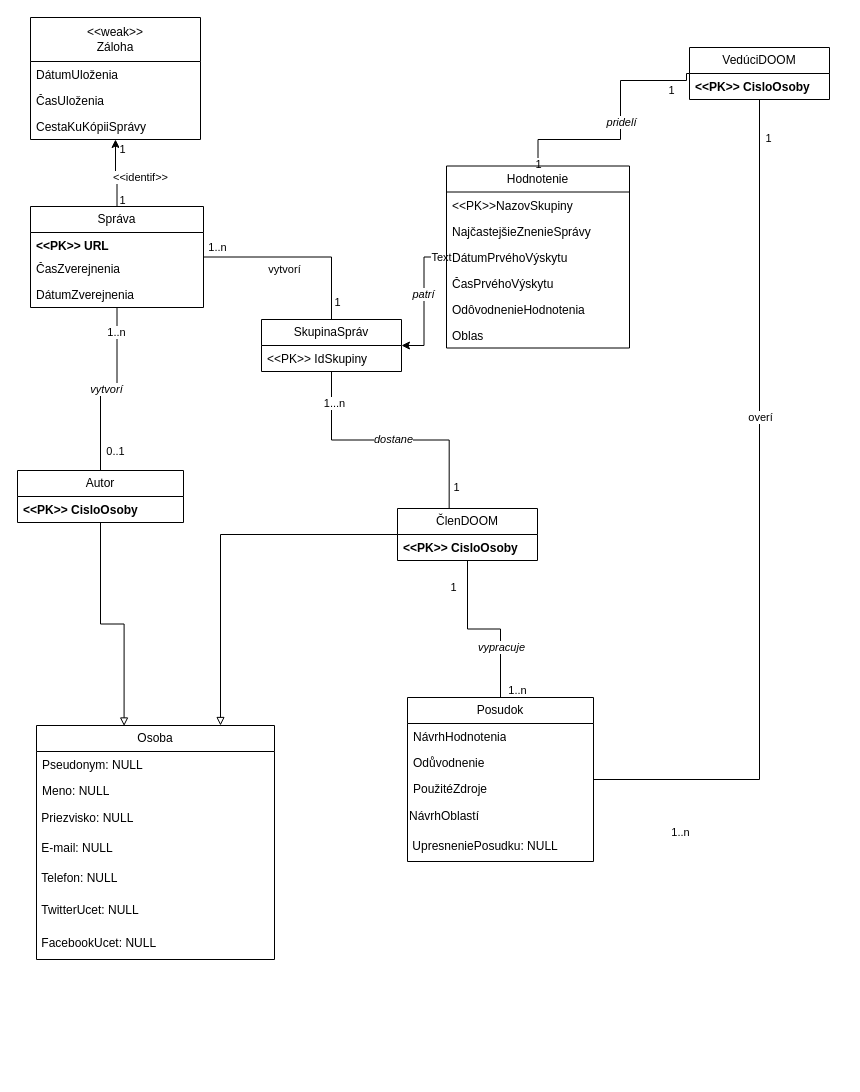
The draw.io diagram ius_project_1.drawio in stofife/IUS, before the edit. Source tidied: cells renumbered, new cells numbered last; positions are measured from the earlier drawing's top-left corner, leaving out a move shared by most shapes. Both pictures are drawn from the tidied source at 100%, with x=0, y=0 at pixel (17, 17).
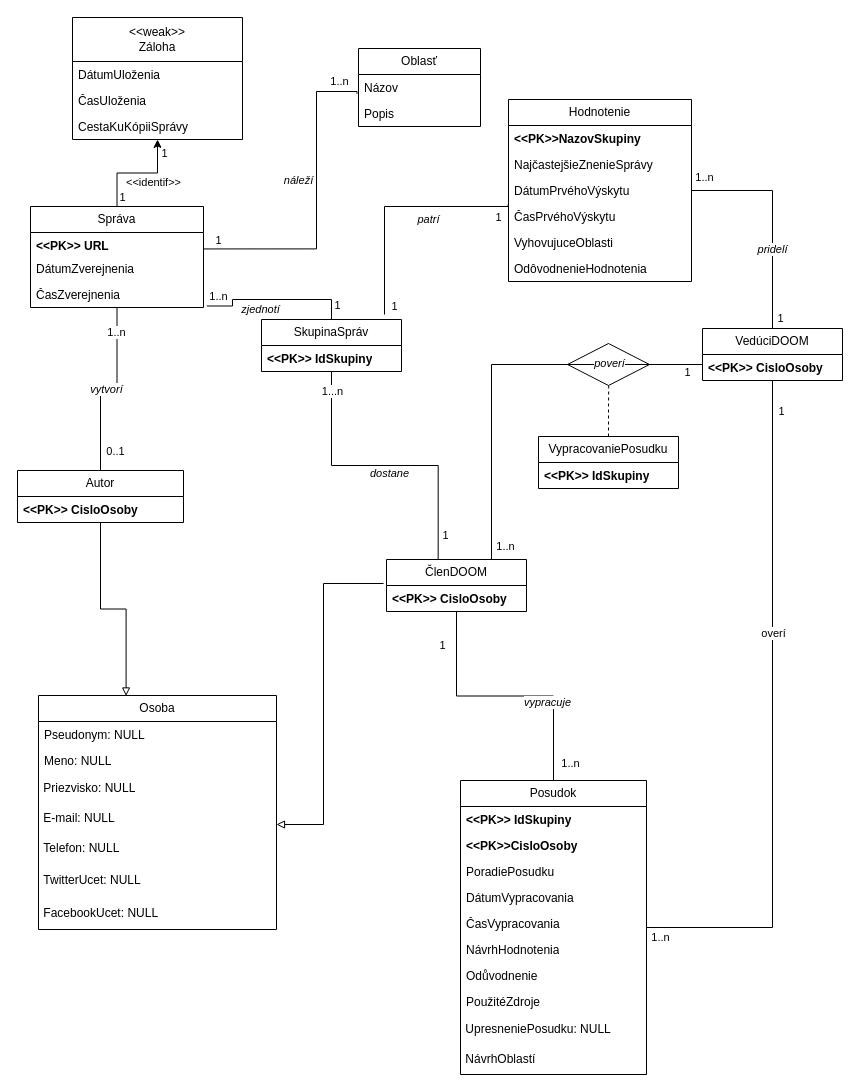
The same diagram, later.

The change refers to these unchanged cells:
```xml
<mxCell id="2" style="edgeStyle=orthogonalEdgeStyle;rounded=0;jettySize=auto;html=1;" parent="1" edge="1" source="10" target="66">
  <mxGeometry relative="1" as="geometry" />
</mxCell>
<mxCell id="10" value="Správa" style="swimlane;fontStyle=0;horizontal=1;startSize=26;fillColor=none;whiteSpace=wrap;html=1;" parent="1" vertex="1">
  <mxGeometry x="13" y="189" width="173" height="101" as="geometry" />
</mxCell>
<mxCell id="11" value="&lt;b&gt;&amp;lt;&amp;lt;PK&amp;gt;&amp;gt; URL&lt;/b&gt;" style="text;strokeColor=none;fillColor=none;align=left;verticalAlign=top;spacingLeft=4;spacingRight=4;overflow=hidden;points=[[0,0.5],[1,0.5]];portConstraint=eastwest;whiteSpace=wrap;html=1;" parent="10" vertex="1">
  <mxGeometry y="26" width="173" height="23" as="geometry" />
</mxCell>
<mxCell id="28" value="&lt;div&gt;&lt;b&gt;&amp;lt;&amp;lt;PK&amp;gt;&amp;gt; CisloOsoby&lt;/b&gt;&lt;/div&gt;" style="text;strokeColor=none;fillColor=none;align=left;verticalAlign=top;spacingLeft=4;spacingRight=4;overflow=hidden;points=[[0,0.5],[1,0.5]];portConstraint=eastwest;whiteSpace=wrap;html=1;" parent="27" vertex="1">
  <mxGeometry y="26" width="140" height="26" as="geometry" />
</mxCell>
<mxCell id="36" style="edgeStyle=orthogonalEdgeStyle;rounded=0;jettySize=auto;html=1;endArrow=none;endFill=0;" parent="1" edge="1" source="40" target="50">
  <mxGeometry relative="1" as="geometry" />
</mxCell>
<mxCell id="52" style="edgeStyle=orthogonalEdgeStyle;rounded=0;jettySize=auto;html=1;entryX=0.369;entryY=-0.009;entryDx=0;entryDy=0;entryPerimeter=0;endArrow=none;endFill=0;" parent="1" edge="1" source="70" target="27">
  <mxGeometry relative="1" as="geometry" />
</mxCell>
<mxCell id="62" value="DátumPrvéhoVýskytu" style="text;strokeColor=none;fillColor=none;align=left;verticalAlign=top;spacingLeft=4;spacingRight=4;overflow=hidden;points=[[0,0.5],[1,0.5]];portConstraint=eastwest;whiteSpace=wrap;html=1;" parent="59" vertex="1">
  <mxGeometry y="78" width="183" height="26" as="geometry" />
</mxCell>
<mxCell id="63" value="ČasPrvéhoVýskytu" style="text;strokeColor=none;fillColor=none;align=left;verticalAlign=top;spacingLeft=4;spacingRight=4;overflow=hidden;points=[[0,0.5],[1,0.5]];portConstraint=eastwest;whiteSpace=wrap;html=1;" parent="59" vertex="1">
  <mxGeometry y="104" width="183" height="26" as="geometry" />
</mxCell>
<mxCell id="70" value="SkupinaSpráv" style="swimlane;fontStyle=0;horizontal=1;startSize=26;fillColor=none;whiteSpace=wrap;html=1;" parent="1" vertex="1">
  <mxGeometry x="244" y="302" width="140" height="52" as="geometry" />
</mxCell>
```

What changed in the source:
```diff
@@
+    <mxCell id="72" style="rhombus;whiteSpace=wrap;html=1;" parent="1" vertex="1">
+      <mxGeometry x="550" y="326" width="82" height="42" as="geometry" />
+    </mxCell>
@@
     <mxCell id="4" value="&amp;lt;&amp;lt;identif&amp;gt;&amp;gt;" style="edgeLabel;html=1;align=center;verticalAlign=middle;" parent="2" vertex="1">
       <mxGeometry x="0.13" relative="1" as="geometry">
-        <mxPoint x="24" y="8" as="offset" />
+        <mxPoint x="8" y="9" as="offset" />
       </mxGeometry>
     </mxCell>
@@
-    <mxCell id="6" style="edgeStyle=orthogonalEdgeStyle;rounded=0;jettySize=auto;html=1;endArrow=none;endFill=0;" parent="1" edge="1" source="10" target="70">
+    <mxCell id="6" style="edgeStyle=orthogonalEdgeStyle;rounded=0;jettySize=auto;html=1;endArrow=none;endFill=0;exitX=1.019;exitY=0.942;exitDx=0;exitDy=0;exitPerimeter=0;" parent="1" edge="1" source="12" target="70">
       <mxGeometry relative="1" as="geometry" />
     </mxCell>
-    <mxCell id="7" value="vytvorí" style="edgeLabel;html=1;align=center;verticalAlign=middle;" parent="6" vertex="1">
+    <mxCell id="7" value="&lt;i&gt;zjednotí&lt;/i&gt;" style="edgeLabel;html=1;align=center;verticalAlign=middle;" parent="6" vertex="1">
       <mxGeometry x="0.02" y="2" relative="1" as="geometry">
-        <mxPoint x="-17" y="14" as="offset" />
+        <mxPoint x="-17" y="11" as="offset" />
       </mxGeometry>
     </mxCell>
@@
+    <mxCell id="13" value="DátumZverejnenia" style="text;strokeColor=none;fillColor=none;align=left;verticalAlign=top;spacingLeft=4;spacingRight=4;overflow=hidden;whiteSpace=wrap;html=1;" parent="10" vertex="1">
+      <mxGeometry y="49" width="173" height="26" as="geometry" />
+    </mxCell>
     <mxCell id="12" value="ČasZverejnenia" style="text;strokeColor=none;fillColor=none;align=left;verticalAlign=top;spacingLeft=4;spacingRight=4;overflow=hidden;points=[[0,0.5],[1,0.5]];portConstraint=eastwest;whiteSpace=wrap;html=1;" parent="10" vertex="1">
-      <mxGeometry y="49" width="173" height="26" as="geometry" />
+      <mxGeometry y="75" width="173" height="26" as="geometry" />
     </mxCell>
-    <mxCell id="13" value="DátumZverejnenia" style="text;strokeColor=none;fillColor=none;align=left;verticalAlign=top;spacingLeft=4;spacingRight=4;overflow=hidden;whiteSpace=wrap;html=1;" parent="10" vertex="1">
-      <mxGeometry y="75" width="173" height="26" as="geometry" />
-    </mxCell>
     <mxCell id="14" value="&lt;div&gt;Osoba&lt;/div&gt;" style="swimlane;fontStyle=0;horizontal=1;startSize=26;fillColor=none;whiteSpace=wrap;html=1;" parent="1" vertex="1">
-      <mxGeometry x="19" y="708" width="238" height="234" as="geometry" />
+      <mxGeometry x="21" y="678" width="238" height="234" as="geometry" />
     </mxCell>
@@
-    <mxCell id="22" style="edgeStyle=orthogonalEdgeStyle;rounded=0;jettySize=auto;html=1;endArrow=block;endFill=0;" parent="1" edge="1" source="27" target="14">
+    <mxCell id="22" style="edgeStyle=orthogonalEdgeStyle;rounded=0;jettySize=auto;html=1;endArrow=block;endFill=0;exitX=-0.021;exitY=-0.077;exitDx=0;exitDy=0;exitPerimeter=0;" parent="1" edge="1" source="28" target="14">
       <mxGeometry relative="1" as="geometry">
         <Array as="points">
-          <mxPoint x="203" y="517" />
+          <mxPoint x="306" y="566" />
+          <mxPoint x="306" y="807" />
         </Array>
       </mxGeometry>
     </mxCell>
@@
     <mxCell id="27" value="ČlenDOOM" style="swimlane;fontStyle=0;horizontal=1;startSize=26;fillColor=none;whiteSpace=wrap;html=1;" parent="1" vertex="1">
-      <mxGeometry x="380" y="491" width="140" height="52" as="geometry" />
+      <mxGeometry x="369" y="542" width="140" height="52" as="geometry" />
     </mxCell>
@@
     <mxCell id="37" value="1..n" style="edgeLabel;html=1;align=center;verticalAlign=middle;" parent="36" vertex="1">
       <mxGeometry x="-0.76" relative="1" as="geometry">
-        <mxPoint x="-16" y="52" as="offset" />
+        <mxPoint x="-68" y="9" as="offset" />
       </mxGeometry>
     </mxCell>
@@
     <mxCell id="40" value="&lt;div&gt;Posudok&lt;br&gt;&lt;/div&gt;" style="swimlane;fontStyle=0;horizontal=1;startSize=26;fillColor=none;whiteSpace=wrap;html=1;" parent="1" vertex="1">
-      <mxGeometry x="390" y="680" width="186" height="164" as="geometry" />
+      <mxGeometry x="443" y="763" width="186" height="294" as="geometry" />
     </mxCell>
+    <mxCell id="73" value="&lt;b&gt;&amp;lt;&amp;lt;PK&amp;gt;&amp;gt; IdSkupiny&lt;/b&gt;" style="text;strokeColor=none;fillColor=none;align=left;verticalAlign=top;spacingLeft=4;spacingRight=4;overflow=hidden;whiteSpace=wrap;html=1;" parent="40" vertex="1">
+      <mxGeometry y="26" width="186" height="26" as="geometry" />
+    </mxCell>
+    <mxCell id="74" value="&lt;b&gt;&amp;lt;&amp;lt;PK&amp;gt;&amp;gt;CisloOsoby&lt;/b&gt;" style="text;strokeColor=none;fillColor=none;align=left;verticalAlign=top;spacingLeft=4;spacingRight=4;overflow=hidden;whiteSpace=wrap;html=1;" parent="40" vertex="1">
+      <mxGeometry y="52" width="186" height="26" as="geometry" />
+    </mxCell>
+    <mxCell id="75" value="PoradiePosudku" style="text;strokeColor=none;fillColor=none;align=left;verticalAlign=top;spacingLeft=4;spacingRight=4;overflow=hidden;whiteSpace=wrap;html=1;" parent="40" vertex="1">
+      <mxGeometry y="78" width="186" height="26" as="geometry" />
+    </mxCell>
+    <mxCell id="76" value="DátumVypracovania" style="text;strokeColor=none;fillColor=none;align=left;verticalAlign=top;spacingLeft=4;spacingRight=4;overflow=hidden;whiteSpace=wrap;html=1;" parent="40" vertex="1">
+      <mxGeometry y="104" width="186" height="26" as="geometry" />
+    </mxCell>
+    <mxCell id="77" value="ČasVypracovania" style="text;strokeColor=none;fillColor=none;align=left;verticalAlign=top;spacingLeft=4;spacingRight=4;overflow=hidden;whiteSpace=wrap;html=1;" parent="40" vertex="1">
+      <mxGeometry y="130" width="186" height="26" as="geometry" />
+    </mxCell>
     <mxCell id="41" value="NávrhHodnotenia" style="text;strokeColor=none;fillColor=none;align=left;verticalAlign=top;spacingLeft=4;spacingRight=4;overflow=hidden;whiteSpace=wrap;html=1;" parent="40" vertex="1">
-      <mxGeometry y="26" width="186" height="26" as="geometry" />
+      <mxGeometry y="156" width="186" height="26" as="geometry" />
     </mxCell>
     <mxCell id="42" value="Odůvodnenie" style="text;strokeColor=none;fillColor=none;align=left;verticalAlign=top;spacingLeft=4;spacingRight=4;overflow=hidden;whiteSpace=wrap;html=1;" parent="40" vertex="1">
-      <mxGeometry y="52" width="186" height="26" as="geometry" />
+      <mxGeometry y="182" width="186" height="26" as="geometry" />
     </mxCell>
     <mxCell id="43" value="PoužitéZdroje" style="text;strokeColor=none;fillColor=none;align=left;verticalAlign=top;spacingLeft=4;spacingRight=4;overflow=hidden;whiteSpace=wrap;html=1;" parent="40" vertex="1">
-      <mxGeometry y="78" width="186" height="26" as="geometry" />
+      <mxGeometry y="208" width="186" height="26" as="geometry" />
     </mxCell>
+    <mxCell id="45" value="&lt;div align=&quot;left&quot;&gt;&amp;nbsp;UpresneniePosudku: NULL&lt;/div&gt;" style="text;strokeColor=none;align=left;fillColor=none;html=1;verticalAlign=middle;whiteSpace=wrap;rounded=0;" parent="40" vertex="1">
+      <mxGeometry y="234" width="186" height="30" as="geometry" />
+    </mxCell>
-    <mxCell id="44" value="NávrhOblastí" style="text;strokeColor=none;align=left;fillColor=none;html=1;verticalAlign=middle;whiteSpace=wrap;rounded=0;" parent="40" vertex="1">
-      <mxGeometry y="104" width="186" height="30" as="geometry" />
+    <mxCell id="44" value="&amp;nbsp;NávrhOblastí" style="text;strokeColor=none;align=left;fillColor=none;html=1;verticalAlign=middle;whiteSpace=wrap;rounded=0;" parent="40" vertex="1">
+      <mxGeometry y="264" width="186" height="30" as="geometry" />
     </mxCell>
-    <mxCell id="45" value="&lt;div align=&quot;left&quot;&gt;&amp;nbsp;UpresneniePosudku: NULL&lt;/div&gt;" style="text;strokeColor=none;align=left;fillColor=none;html=1;verticalAlign=middle;whiteSpace=wrap;rounded=0;" parent="40" vertex="1">
-      <mxGeometry y="134" width="186" height="30" as="geometry" />
-    </mxCell>
-    <mxCell id="46" style="edgeStyle=orthogonalEdgeStyle;rounded=0;jettySize=auto;html=1;endArrow=none;endFill=0;" parent="1" edge="1" source="50" target="59">
-      <mxGeometry relative="1" as="geometry">
-        <Array as="points">
-          <mxPoint x="669" y="56" />
-          <mxPoint x="669" y="63" />
-          <mxPoint x="603" y="63" />
-          <mxPoint x="603" y="122" />
-        </Array>
-      </mxGeometry>
-    </mxCell>
+    <mxCell id="78" style="edgeStyle=orthogonalEdgeStyle;rounded=0;jettySize=auto;html=1;entryX=1;entryY=0.5;entryDx=0;entryDy=0;endArrow=none;endFill=0;" parent="1" edge="1" source="50" target="62">
+      <mxGeometry relative="1" as="geometry" />
+    </mxCell>
+    <mxCell id="79" value="1" style="edgeLabel;html=1;align=center;verticalAlign=middle;" parent="78" vertex="1">
+      <mxGeometry x="-0.9" y="-1" relative="1" as="geometry">
+        <mxPoint x="6" as="offset" />
+      </mxGeometry>
+    </mxCell>
+    <mxCell id="80" value="1..n" style="edgeLabel;html=1;align=center;verticalAlign=middle;" parent="78" vertex="1">
+      <mxGeometry x="0.87" y="-2" relative="1" as="geometry">
+        <mxPoint x="-2" y="-12" as="offset" />
+      </mxGeometry>
+    </mxCell>
-    <mxCell id="47" value="&lt;i&gt;pridelí&lt;/i&gt;" style="edgeLabel;html=1;align=center;verticalAlign=middle;" parent="46" vertex="1">
-      <mxGeometry x="0.07" relative="1" as="geometry">
-        <mxPoint y="-14" as="offset" />
+    <mxCell id="47" value="&lt;i&gt;pridelí&lt;/i&gt;" style="edgeLabel;html=1;align=center;verticalAlign=middle;" parent="78" vertex="1">
+      <mxGeometry x="-0.41" y="-2" relative="1" as="geometry">
+        <mxPoint x="-3" y="-15" as="offset" />
       </mxGeometry>
     </mxCell>
-    <mxCell id="48" value="1" style="edgeLabel;html=1;align=center;verticalAlign=middle;" parent="46" vertex="1">
-      <mxGeometry x="-0.77" relative="1" as="geometry">
-        <mxPoint x="2" y="9" as="offset" />
-      </mxGeometry>
-    </mxCell>
-    <mxCell id="49" value="1" style="edgeLabel;html=1;align=center;verticalAlign=middle;" parent="46" vertex="1">
-      <mxGeometry x="0.88" relative="1" as="geometry">
-        <mxPoint y="13" as="offset" />
-      </mxGeometry>
-    </mxCell>
+    <mxCell id="81" style="edgeStyle=orthogonalEdgeStyle;rounded=0;jettySize=auto;html=1;entryX=0.75;entryY=0;entryDx=0;entryDy=0;endArrow=none;endFill=0;" parent="1" edge="1" source="50" target="27">
+      <mxGeometry relative="1" as="geometry">
+        <Array as="points">
+          <mxPoint x="474" y="347" />
+        </Array>
+      </mxGeometry>
+    </mxCell>
+    <mxCell id="82" value="&lt;i&gt;poverí&lt;/i&gt;" style="edgeLabel;html=1;align=center;verticalAlign=middle;" parent="81" vertex="1">
+      <mxGeometry x="-0.33" y="3" relative="1" as="geometry">
+        <mxPoint x="42" y="-5" as="offset" />
+      </mxGeometry>
+    </mxCell>
+    <mxCell id="83" value="1" style="edgeLabel;html=1;align=center;verticalAlign=middle;" parent="81" vertex="1">
+      <mxGeometry x="-0.95" relative="1" as="geometry">
+        <mxPoint x="-6" y="7" as="offset" />
+      </mxGeometry>
+    </mxCell>
+    <mxCell id="84" value="1..n" style="edgeLabel;html=1;align=center;verticalAlign=middle;" parent="81" vertex="1">
+      <mxGeometry x="0.93" relative="1" as="geometry">
+        <mxPoint x="13" as="offset" />
+      </mxGeometry>
+    </mxCell>
     <mxCell id="50" value="VedúciDOOM" style="swimlane;fontStyle=0;horizontal=1;startSize=26;fillColor=none;whiteSpace=wrap;html=1;" parent="1" vertex="1">
-      <mxGeometry x="672" y="30" width="140" height="52" as="geometry" />
+      <mxGeometry x="685" y="311" width="140" height="52" as="geometry" />
     </mxCell>
@@
     <mxCell id="53" value="1...n" style="edgeLabel;html=1;align=center;verticalAlign=middle;" parent="52" vertex="1">
       <mxGeometry x="-0.86" y="-1" relative="1" as="geometry">
-        <mxPoint x="3" y="13" as="offset" />
+        <mxPoint x="1" y="-2" as="offset" />
       </mxGeometry>
     </mxCell>
@@
     <mxCell id="55" value="&lt;i&gt;dostane&lt;/i&gt;" style="edgeLabel;html=1;align=center;verticalAlign=middle;" parent="52" vertex="1">
       <mxGeometry x="0.27" y="-2" relative="1" as="geometry">
-        <mxPoint x="-31" y="-3" as="offset" />
+        <mxPoint x="-36" y="5" as="offset" />
       </mxGeometry>
     </mxCell>
-    <mxCell id="56" style="edgeStyle=orthogonalEdgeStyle;rounded=0;jettySize=auto;html=1;" parent="1" edge="1" source="59" target="70">
-      <mxGeometry relative="1" as="geometry" />
+    <mxCell id="56" style="edgeStyle=orthogonalEdgeStyle;rounded=0;jettySize=auto;html=1;endArrow=none;endFill=0;exitX=-0.002;exitY=0.036;exitDx=0;exitDy=0;exitPerimeter=0;" parent="1" edge="1" source="63">
+      <mxGeometry relative="1" as="geometry">
+        <mxPoint x="367" y="297" as="targetPoint" />
+        <Array as="points">
+          <mxPoint x="491" y="189" />
+          <mxPoint x="367" y="189" />
+        </Array>
+      </mxGeometry>
     </mxCell>
     <mxCell id="57" value="&lt;i&gt;patrí &lt;/i&gt;" style="edgeLabel;html=1;align=center;verticalAlign=middle;" parent="56" vertex="1">
-      <mxGeometry x="-0.12" y="-1" relative="1" as="geometry" />
+      <mxGeometry x="-0.12" y="-1" relative="1" as="geometry">
+        <mxPoint x="21" y="13" as="offset" />
+      </mxGeometry>
     </mxCell>
-    <mxCell id="58" value="Text" style="edgeLabel;html=1;align=center;verticalAlign=middle;" parent="56" vertex="1">
-      <mxGeometry x="-0.91" relative="1" as="geometry" />
+    <mxCell id="58" value="1" style="edgeLabel;html=1;align=center;verticalAlign=middle;" parent="56" vertex="1">
+      <mxGeometry x="-0.91" relative="1" as="geometry">
+        <mxPoint x="-1" y="10" as="offset" />
+      </mxGeometry>
     </mxCell>
+    <mxCell id="85" value="1" style="edgeLabel;html=1;align=center;verticalAlign=middle;" parent="56" vertex="1">
+      <mxGeometry x="0.88" y="-2" relative="1" as="geometry">
+        <mxPoint x="11" y="5" as="offset" />
+      </mxGeometry>
+    </mxCell>
     <mxCell id="59" value="Hodnotenie" style="swimlane;fontStyle=0;horizontal=1;startSize=26;fillColor=none;whiteSpace=wrap;html=1;" parent="1" vertex="1">
-      <mxGeometry x="429" y="148.5" width="183" height="182" as="geometry" />
+      <mxGeometry x="491" y="82" width="183" height="182" as="geometry" />
     </mxCell>
-    <mxCell id="60" value="&amp;lt;&amp;lt;PK&amp;gt;&amp;gt;NazovSkupiny" style="text;strokeColor=none;fillColor=none;align=left;verticalAlign=top;spacingLeft=4;spacingRight=4;overflow=hidden;whiteSpace=wrap;html=1;" parent="59" vertex="1">
+    <mxCell id="60" value="&lt;b&gt;&amp;lt;&amp;lt;PK&amp;gt;&amp;gt;NazovSkupiny&lt;/b&gt;" style="text;strokeColor=none;fillColor=none;align=left;verticalAlign=top;spacingLeft=4;spacingRight=4;overflow=hidden;whiteSpace=wrap;html=1;" parent="59" vertex="1">
       <mxGeometry y="26" width="183" height="26" as="geometry" />
     </mxCell>
@@
+    <mxCell id="86" value="VyhovujuceOblasti" style="text;strokeColor=none;fillColor=none;align=left;verticalAlign=top;spacingLeft=4;spacingRight=4;overflow=hidden;whiteSpace=wrap;html=1;" parent="59" vertex="1">
+      <mxGeometry y="130" width="183" height="26" as="geometry" />
+    </mxCell>
     <mxCell id="64" value="OdôvodnenieHodnotenia" style="text;strokeColor=none;fillColor=none;align=left;verticalAlign=top;spacingLeft=4;spacingRight=4;overflow=hidden;whiteSpace=wrap;html=1;" parent="59" vertex="1">
-      <mxGeometry y="130" width="183" height="26" as="geometry" />
+      <mxGeometry y="156" width="183" height="26" as="geometry" />
     </mxCell>
-    <mxCell id="65" value="Oblas" style="text;strokeColor=none;fillColor=none;align=left;verticalAlign=top;spacingLeft=4;spacingRight=4;overflow=hidden;whiteSpace=wrap;html=1;" parent="59" vertex="1">
-      <mxGeometry y="156" width="183" height="26" as="geometry" />
-    </mxCell>
     <mxCell id="66" value="&lt;div&gt;&amp;lt;&amp;lt;weak&amp;gt;&amp;gt;&lt;br&gt;&lt;/div&gt;&lt;div&gt;Záloha&lt;/div&gt;" style="swimlane;fontStyle=0;horizontal=1;startSize=44;fillColor=none;whiteSpace=wrap;html=1;" parent="1" vertex="1">
-      <mxGeometry x="13" width="170" height="122" as="geometry" />
+      <mxGeometry x="55" width="170" height="122" as="geometry" />
     </mxCell>
@@
-    <mxCell id="71" value="&amp;lt;&amp;lt;PK&amp;gt;&amp;gt; IdSkupiny" style="text;strokeColor=none;fillColor=none;align=left;verticalAlign=top;spacingLeft=4;spacingRight=4;overflow=hidden;whiteSpace=wrap;html=1;" parent="70" vertex="1">
+    <mxCell id="71" value="&lt;b&gt;&amp;lt;&amp;lt;PK&amp;gt;&amp;gt; IdSkupiny&lt;/b&gt;" style="text;strokeColor=none;fillColor=none;align=left;verticalAlign=top;spacingLeft=4;spacingRight=4;overflow=hidden;whiteSpace=wrap;html=1;" parent="70" vertex="1">
       <mxGeometry y="26" width="140" height="26" as="geometry" />
     </mxCell>
+    <mxCell id="87" style="edgeStyle=orthogonalEdgeStyle;rounded=0;jettySize=auto;html=1;endArrow=none;endFill=0;dashed=1;entryX=0.503;entryY=0.955;entryDx=0;entryDy=0;entryPerimeter=0;" parent="1" edge="1" source="88" target="72">
+      <mxGeometry relative="1" as="geometry" />
+    </mxCell>
+    <mxCell id="88" value="VypracovaniePosudku" style="swimlane;fontStyle=0;horizontal=1;startSize=26;fillColor=none;whiteSpace=wrap;html=1;" parent="1" vertex="1">
+      <mxGeometry x="521" y="419" width="140" height="52" as="geometry" />
+    </mxCell>
+    <mxCell id="89" value="&lt;b&gt;&amp;lt;&amp;lt;PK&amp;gt;&amp;gt; IdSkupiny&lt;/b&gt;" style="text;strokeColor=none;fillColor=none;align=left;verticalAlign=top;spacingLeft=4;spacingRight=4;overflow=hidden;whiteSpace=wrap;html=1;" parent="88" vertex="1">
+      <mxGeometry y="26" width="140" height="26" as="geometry" />
+    </mxCell>
+    <mxCell id="90" value="Oblasť" style="swimlane;fontStyle=0;horizontal=1;startSize=26;fillColor=none;whiteSpace=wrap;html=1;" parent="1" vertex="1">
+      <mxGeometry x="341" y="31" width="122" height="78" as="geometry" />
+    </mxCell>
+    <mxCell id="91" value="Názov" style="text;strokeColor=none;fillColor=none;align=left;verticalAlign=top;spacingLeft=4;spacingRight=4;overflow=hidden;points=[[0,0.5],[1,0.5]];portConstraint=eastwest;whiteSpace=wrap;html=1;" parent="90" vertex="1">
+      <mxGeometry y="26" width="122" height="26" as="geometry" />
+    </mxCell>
+    <mxCell id="92" value="Popis" style="text;strokeColor=none;fillColor=none;align=left;verticalAlign=top;spacingLeft=4;spacingRight=4;overflow=hidden;whiteSpace=wrap;html=1;" parent="90" vertex="1">
+      <mxGeometry y="52" width="122" height="26" as="geometry" />
+    </mxCell>
+    <mxCell id="93" style="edgeStyle=orthogonalEdgeStyle;rounded=0;orthogonalLoop=1;jettySize=auto;html=1;exitX=1;exitY=0.5;exitDx=0;exitDy=0;" parent="90" edge="1" source="91" target="91">
+      <mxGeometry relative="1" as="geometry" />
+    </mxCell>
+    <mxCell id="94" style="edgeStyle=orthogonalEdgeStyle;rounded=0;jettySize=auto;html=1;entryX=0.999;entryY=0.715;entryDx=0;entryDy=0;entryPerimeter=0;endArrow=none;endFill=0;exitX=-0.012;exitY=0.742;exitDx=0;exitDy=0;exitPerimeter=0;" parent="1" edge="1" source="91" target="11">
+      <mxGeometry relative="1" as="geometry">
+        <Array as="points">
+          <mxPoint x="340" y="74" />
+          <mxPoint x="299" y="74" />
+          <mxPoint x="299" y="231" />
+        </Array>
+      </mxGeometry>
+    </mxCell>
+    <mxCell id="95" value="1" style="edgeLabel;html=1;align=center;verticalAlign=middle;" parent="94" vertex="1">
+      <mxGeometry x="0.9" relative="1" as="geometry">
+        <mxPoint x="-1" y="-9" as="offset" />
+      </mxGeometry>
+    </mxCell>
+    <mxCell id="96" value="&lt;div&gt;1..n&lt;/div&gt;" style="edgeLabel;html=1;align=center;verticalAlign=middle;" parent="94" vertex="1">
+      <mxGeometry x="-0.91" y="1" relative="1" as="geometry">
+        <mxPoint x="-6" y="-12" as="offset" />
+      </mxGeometry>
+    </mxCell>
+    <mxCell id="97" value="&lt;i&gt;náleží&lt;/i&gt;" style="edgeLabel;html=1;align=center;verticalAlign=middle;" parent="94" vertex="1">
+      <mxGeometry x="-0.28" y="-1" relative="1" as="geometry">
+        <mxPoint x="-18" y="18" as="offset" />
+      </mxGeometry>
+    </mxCell>
```
